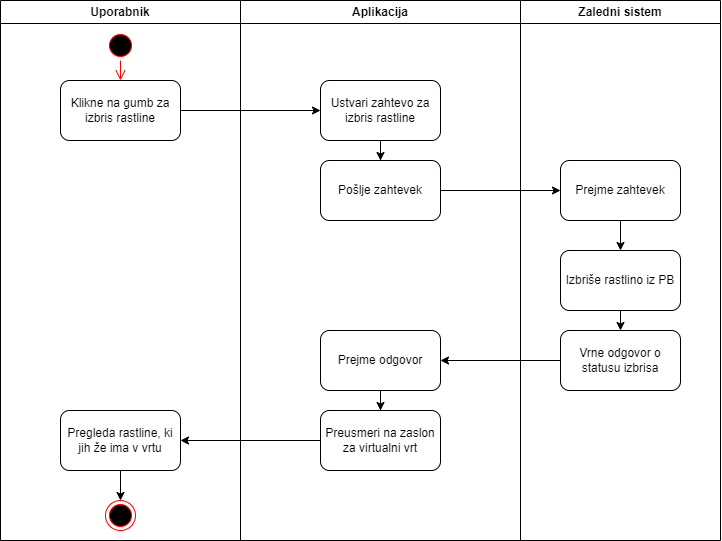
Before: Documentation/ActivityDiagrams/VirtualGarden/DA_IzbrisRastline.png, a diagram exported from draw.io (zala-lahovnik/BotaniAI). Source tidied: cells renumbered, new cells last; positions are measured from the earlier drawing's top-left corner, leaving out a move shared by most shapes. Source of this version:
```xml
<mxGraphModel>
  <root>
    <mxCell id="0" />
    <mxCell id="1" parent="0" />
    <mxCell id="2" value="Uporabnik" style="swimlane;whiteSpace=wrap;html=1;" parent="1" vertex="1">
      <mxGeometry width="240" height="540" as="geometry" />
    </mxCell>
    <mxCell id="3" style="ellipse;html=1;shape=startState;fillColor=#000000;strokeColor=#ff0000;" parent="2" vertex="1">
      <mxGeometry x="105" y="30" width="30" height="30" as="geometry" />
    </mxCell>
    <mxCell id="4" style="edgeStyle=orthogonalEdgeStyle;html=1;verticalAlign=bottom;endArrow=open;endSize=8;strokeColor=#ff0000;rounded=0;entryX=0.5;entryY=0;entryDx=0;entryDy=0;" parent="2" edge="1" source="3" target="5">
      <mxGeometry relative="1" as="geometry" />
    </mxCell>
    <mxCell id="5" value="Klikne na gumb za izbris rastline" style="rounded=1;whiteSpace=wrap;html=1;" parent="2" vertex="1">
      <mxGeometry x="60" y="80" width="120" height="60" as="geometry" />
    </mxCell>
    <mxCell id="6" style="edgeStyle=orthogonalEdgeStyle;rounded=0;jettySize=auto;html=1;entryX=0.5;entryY=0;entryDx=0;entryDy=0;" parent="2" edge="1" source="7" target="8">
      <mxGeometry relative="1" as="geometry" />
    </mxCell>
    <mxCell id="7" value="Pregleda rastline, ki jih že ima v vrtu" style="whiteSpace=wrap;html=1;rounded=1;" parent="2" vertex="1">
      <mxGeometry x="60" y="410" width="120" height="60" as="geometry" />
    </mxCell>
    <mxCell id="8" style="ellipse;html=1;shape=endState;fillColor=#000000;strokeColor=#ff0000;" parent="2" vertex="1">
      <mxGeometry x="105" y="500" width="30" height="30" as="geometry" />
    </mxCell>
    <mxCell id="9" value="Aplikacija" style="swimlane;whiteSpace=wrap;html=1;" parent="1" vertex="1">
      <mxGeometry x="240" width="280" height="540" as="geometry" />
    </mxCell>
    <mxCell id="10" value="Ustvari zahtevo za izbris rastline" style="rounded=1;whiteSpace=wrap;html=1;" parent="9" vertex="1">
      <mxGeometry x="80" y="80" width="120" height="60" as="geometry" />
    </mxCell>
    <mxCell id="11" style="edgeStyle=orthogonalEdgeStyle;rounded=0;jettySize=auto;html=1;exitX=0.5;exitY=1;exitDx=0;exitDy=0;" parent="9" edge="1" source="10" target="14">
      <mxGeometry relative="1" as="geometry" />
    </mxCell>
    <mxCell id="12" style="edgeStyle=orthogonalEdgeStyle;rounded=0;jettySize=auto;html=1;" parent="9" edge="1" source="13" target="15">
      <mxGeometry relative="1" as="geometry" />
    </mxCell>
    <mxCell id="13" value="Prejme odgovor" style="whiteSpace=wrap;html=1;rounded=1;" parent="9" vertex="1">
      <mxGeometry x="80" y="330" width="120" height="60" as="geometry" />
    </mxCell>
    <mxCell id="14" value="Pošlje zahtevek" style="rounded=1;whiteSpace=wrap;html=1;" parent="9" vertex="1">
      <mxGeometry x="80" y="160" width="120" height="60" as="geometry" />
    </mxCell>
    <mxCell id="15" value="Preusmeri na zaslon za virtualni vrt" style="whiteSpace=wrap;html=1;rounded=1;" parent="9" vertex="1">
      <mxGeometry x="80" y="410" width="120" height="60" as="geometry" />
    </mxCell>
    <mxCell id="16" value="Zaledni sistem" style="swimlane;whiteSpace=wrap;html=1;startSize=23;" parent="1" vertex="1">
      <mxGeometry x="520" width="200" height="540" as="geometry" />
    </mxCell>
    <mxCell id="17" style="edgeStyle=orthogonalEdgeStyle;rounded=0;jettySize=auto;html=1;" parent="16" edge="1" source="18" target="19">
      <mxGeometry relative="1" as="geometry" />
    </mxCell>
    <mxCell id="18" value="Prejme zahtevek" style="whiteSpace=wrap;html=1;rounded=1;" parent="16" vertex="1">
      <mxGeometry x="40" y="160" width="120" height="60" as="geometry" />
    </mxCell>
    <mxCell id="19" value="Izbriše rastlino iz PB" style="whiteSpace=wrap;html=1;rounded=1;" parent="16" vertex="1">
      <mxGeometry x="40" y="250" width="120" height="60" as="geometry" />
    </mxCell>
    <mxCell id="20" style="edgeStyle=orthogonalEdgeStyle;rounded=0;jettySize=auto;html=1;exitX=0.5;exitY=1;exitDx=0;exitDy=0;entryX=0.5;entryY=0;entryDx=0;entryDy=0;" parent="16" edge="1" source="19" target="21">
      <mxGeometry relative="1" as="geometry" />
    </mxCell>
    <mxCell id="21" value="Vrne odgovor o statusu izbrisa" style="whiteSpace=wrap;html=1;rounded=1;" parent="16" vertex="1">
      <mxGeometry x="40" y="330" width="120" height="60" as="geometry" />
    </mxCell>
    <mxCell id="22" style="endArrow=classic;html=1;rounded=0;exitX=1;exitY=0.5;exitDx=0;exitDy=0;entryX=0;entryY=0.5;entryDx=0;entryDy=0;" parent="1" edge="1" source="5" target="10">
      <mxGeometry relative="1" as="geometry" />
    </mxCell>
    <mxCell id="23" style="edgeStyle=orthogonalEdgeStyle;rounded=0;jettySize=auto;html=1;" parent="1" edge="1" source="14" target="18">
      <mxGeometry relative="1" as="geometry" />
    </mxCell>
    <mxCell id="24" style="edgeStyle=orthogonalEdgeStyle;rounded=0;jettySize=auto;html=1;entryX=1;entryY=0.5;entryDx=0;entryDy=0;" parent="1" edge="1" source="21" target="13">
      <mxGeometry relative="1" as="geometry" />
    </mxCell>
    <mxCell id="25" style="edgeStyle=orthogonalEdgeStyle;rounded=0;jettySize=auto;html=1;exitX=0;exitY=0.5;exitDx=0;exitDy=0;entryX=1;entryY=0.5;entryDx=0;entryDy=0;" parent="1" edge="1" source="15" target="7">
      <mxGeometry relative="1" as="geometry" />
    </mxCell>
  </root>
</mxGraphModel>
```
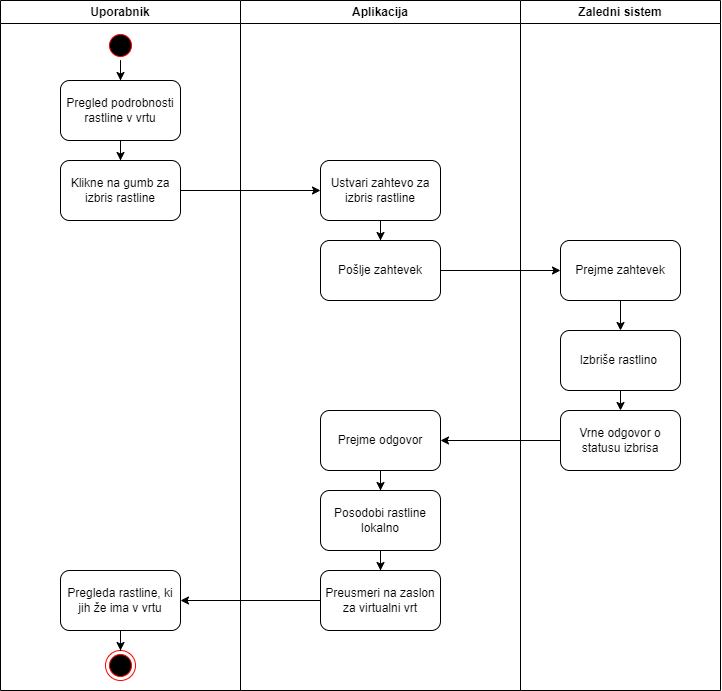
After the commit.

Commit message:
docs: update activity diagram for deleting plant

Change to the diagram source:
```diff
@@ -3,31 +3,31 @@
     <mxCell id="0" />
     <mxCell id="1" parent="0" />
     <mxCell id="2" value="Uporabnik" style="swimlane;whiteSpace=wrap;html=1;" parent="1" vertex="1">
-      <mxGeometry width="240" height="540" as="geometry" />
+      <mxGeometry width="240" height="690" as="geometry" />
     </mxCell>
+    <mxCell id="26" style="edgeStyle=orthogonalEdgeStyle;rounded=0;jettySize=auto;html=1;" parent="2" edge="1" source="3" target="28">
+      <mxGeometry relative="1" as="geometry" />
+    </mxCell>
     <mxCell id="3" style="ellipse;html=1;shape=startState;fillColor=#000000;strokeColor=#ff0000;" parent="2" vertex="1">
       <mxGeometry x="105" y="30" width="30" height="30" as="geometry" />
     </mxCell>
-    <mxCell id="4" style="edgeStyle=orthogonalEdgeStyle;html=1;verticalAlign=bottom;endArrow=open;endSize=8;strokeColor=#ff0000;rounded=0;entryX=0.5;entryY=0;entryDx=0;entryDy=0;" parent="2" edge="1" source="3" target="5">
-      <mxGeometry relative="1" as="geometry" />
-    </mxCell>
     <mxCell id="5" value="Klikne na gumb za izbris rastline" style="rounded=1;whiteSpace=wrap;html=1;" parent="2" vertex="1">
-      <mxGeometry x="60" y="80" width="120" height="60" as="geometry" />
+      <mxGeometry x="60" y="160" width="120" height="60" as="geometry" />
     </mxCell>
-    <mxCell id="6" style="edgeStyle=orthogonalEdgeStyle;rounded=0;jettySize=auto;html=1;entryX=0.5;entryY=0;entryDx=0;entryDy=0;" parent="2" edge="1" source="7" target="8">
-      <mxGeometry relative="1" as="geometry" />
-    </mxCell>
     <mxCell id="7" value="Pregleda rastline, ki jih že ima v vrtu" style="whiteSpace=wrap;html=1;rounded=1;" parent="2" vertex="1">
-      <mxGeometry x="60" y="410" width="120" height="60" as="geometry" />
+      <mxGeometry x="60" y="570" width="120" height="60" as="geometry" />
     </mxCell>
-    <mxCell id="8" style="ellipse;html=1;shape=endState;fillColor=#000000;strokeColor=#ff0000;" parent="2" vertex="1">
-      <mxGeometry x="105" y="500" width="30" height="30" as="geometry" />
-    </mxCell>
+    <mxCell id="27" style="edgeStyle=orthogonalEdgeStyle;rounded=0;jettySize=auto;html=1;" parent="2" edge="1" source="28" target="5">
+      <mxGeometry relative="1" as="geometry" />
+    </mxCell>
+    <mxCell id="28" value="Pregled podrobnosti rastline v vrtu" style="rounded=1;whiteSpace=wrap;html=1;" parent="2" vertex="1">
+      <mxGeometry x="60" y="80" width="120" height="60" as="geometry" />
+    </mxCell>
     <mxCell id="9" value="Aplikacija" style="swimlane;whiteSpace=wrap;html=1;" parent="1" vertex="1">
-      <mxGeometry x="240" width="280" height="540" as="geometry" />
+      <mxGeometry x="240" width="280" height="690" as="geometry" />
     </mxCell>
     <mxCell id="10" value="Ustvari zahtevo za izbris rastline" style="rounded=1;whiteSpace=wrap;html=1;" parent="9" vertex="1">
-      <mxGeometry x="80" y="80" width="120" height="60" as="geometry" />
+      <mxGeometry x="80" y="160" width="120" height="60" as="geometry" />
     </mxCell>
     <mxCell id="11" style="edgeStyle=orthogonalEdgeStyle;rounded=0;jettySize=auto;html=1;exitX=0.5;exitY=1;exitDx=0;exitDy=0;" parent="9" edge="1" source="10" target="14">
       <mxGeometry relative="1" as="geometry" />
@@ -36,31 +36,37 @@
       <mxGeometry relative="1" as="geometry" />
     </mxCell>
     <mxCell id="13" value="Prejme odgovor" style="whiteSpace=wrap;html=1;rounded=1;" parent="9" vertex="1">
-      <mxGeometry x="80" y="330" width="120" height="60" as="geometry" />
+      <mxGeometry x="80" y="410" width="120" height="60" as="geometry" />
     </mxCell>
     <mxCell id="14" value="Pošlje zahtevek" style="rounded=1;whiteSpace=wrap;html=1;" parent="9" vertex="1">
-      <mxGeometry x="80" y="160" width="120" height="60" as="geometry" />
+      <mxGeometry x="80" y="240" width="120" height="60" as="geometry" />
     </mxCell>
+    <mxCell id="29" style="edgeStyle=orthogonalEdgeStyle;rounded=0;jettySize=auto;html=1;" parent="9" edge="1" source="15" target="30">
+      <mxGeometry relative="1" as="geometry" />
+    </mxCell>
-    <mxCell id="15" value="Preusmeri na zaslon za virtualni vrt" style="whiteSpace=wrap;html=1;rounded=1;" parent="9" vertex="1">
-      <mxGeometry x="80" y="410" width="120" height="60" as="geometry" />
+    <mxCell id="15" value="Posodobi rastline lokalno" style="whiteSpace=wrap;html=1;rounded=1;" parent="9" vertex="1">
+      <mxGeometry x="80" y="490" width="120" height="60" as="geometry" />
     </mxCell>
+    <mxCell id="30" value="Preusmeri na zaslon za virtualni vrt" style="whiteSpace=wrap;html=1;rounded=1;" parent="9" vertex="1">
+      <mxGeometry x="80" y="570" width="120" height="60" as="geometry" />
+    </mxCell>
     <mxCell id="16" value="Zaledni sistem" style="swimlane;whiteSpace=wrap;html=1;startSize=23;" parent="1" vertex="1">
-      <mxGeometry x="520" width="200" height="540" as="geometry" />
+      <mxGeometry x="520" width="200" height="690" as="geometry" />
     </mxCell>
     <mxCell id="17" style="edgeStyle=orthogonalEdgeStyle;rounded=0;jettySize=auto;html=1;" parent="16" edge="1" source="18" target="19">
       <mxGeometry relative="1" as="geometry" />
     </mxCell>
     <mxCell id="18" value="Prejme zahtevek" style="whiteSpace=wrap;html=1;rounded=1;" parent="16" vertex="1">
-      <mxGeometry x="40" y="160" width="120" height="60" as="geometry" />
+      <mxGeometry x="40" y="240" width="120" height="60" as="geometry" />
     </mxCell>
-    <mxCell id="19" value="Izbriše rastlino iz PB" style="whiteSpace=wrap;html=1;rounded=1;" parent="16" vertex="1">
-      <mxGeometry x="40" y="250" width="120" height="60" as="geometry" />
+    <mxCell id="19" value="Izbriše rastlino&amp;nbsp;" style="whiteSpace=wrap;html=1;rounded=1;" parent="16" vertex="1">
+      <mxGeometry x="40" y="330" width="120" height="60" as="geometry" />
     </mxCell>
     <mxCell id="20" style="edgeStyle=orthogonalEdgeStyle;rounded=0;jettySize=auto;html=1;exitX=0.5;exitY=1;exitDx=0;exitDy=0;entryX=0.5;entryY=0;entryDx=0;entryDy=0;" parent="16" edge="1" source="19" target="21">
       <mxGeometry relative="1" as="geometry" />
     </mxCell>
     <mxCell id="21" value="Vrne odgovor o statusu izbrisa" style="whiteSpace=wrap;html=1;rounded=1;" parent="16" vertex="1">
-      <mxGeometry x="40" y="330" width="120" height="60" as="geometry" />
+      <mxGeometry x="40" y="410" width="120" height="60" as="geometry" />
     </mxCell>
     <mxCell id="22" style="endArrow=classic;html=1;rounded=0;exitX=1;exitY=0.5;exitDx=0;exitDy=0;entryX=0;entryY=0.5;entryDx=0;entryDy=0;" parent="1" edge="1" source="5" target="10">
       <mxGeometry relative="1" as="geometry" />
@@ -71,8 +77,14 @@
     <mxCell id="24" style="edgeStyle=orthogonalEdgeStyle;rounded=0;jettySize=auto;html=1;entryX=1;entryY=0.5;entryDx=0;entryDy=0;" parent="1" edge="1" source="21" target="13">
       <mxGeometry relative="1" as="geometry" />
     </mxCell>
-    <mxCell id="25" style="edgeStyle=orthogonalEdgeStyle;rounded=0;jettySize=auto;html=1;exitX=0;exitY=0.5;exitDx=0;exitDy=0;entryX=1;entryY=0.5;entryDx=0;entryDy=0;" parent="1" edge="1" source="15" target="7">
+    <mxCell id="25" style="edgeStyle=orthogonalEdgeStyle;rounded=0;jettySize=auto;html=1;exitX=0;exitY=0.5;exitDx=0;exitDy=0;entryX=1;entryY=0.5;entryDx=0;entryDy=0;" parent="1" edge="1" source="30" target="7">
       <mxGeometry relative="1" as="geometry" />
     </mxCell>
+    <mxCell id="8" style="ellipse;html=1;shape=endState;fillColor=#000000;strokeColor=#ff0000;" parent="1" vertex="1">
+      <mxGeometry x="105" y="650" width="30" height="30" as="geometry" />
+    </mxCell>
+    <mxCell id="6" style="edgeStyle=orthogonalEdgeStyle;rounded=0;jettySize=auto;html=1;entryX=0.5;entryY=0;entryDx=0;entryDy=0;" parent="1" edge="1" source="7" target="8">
+      <mxGeometry relative="1" as="geometry" />
+    </mxCell>
   </root>
 </mxGraphModel>
```
